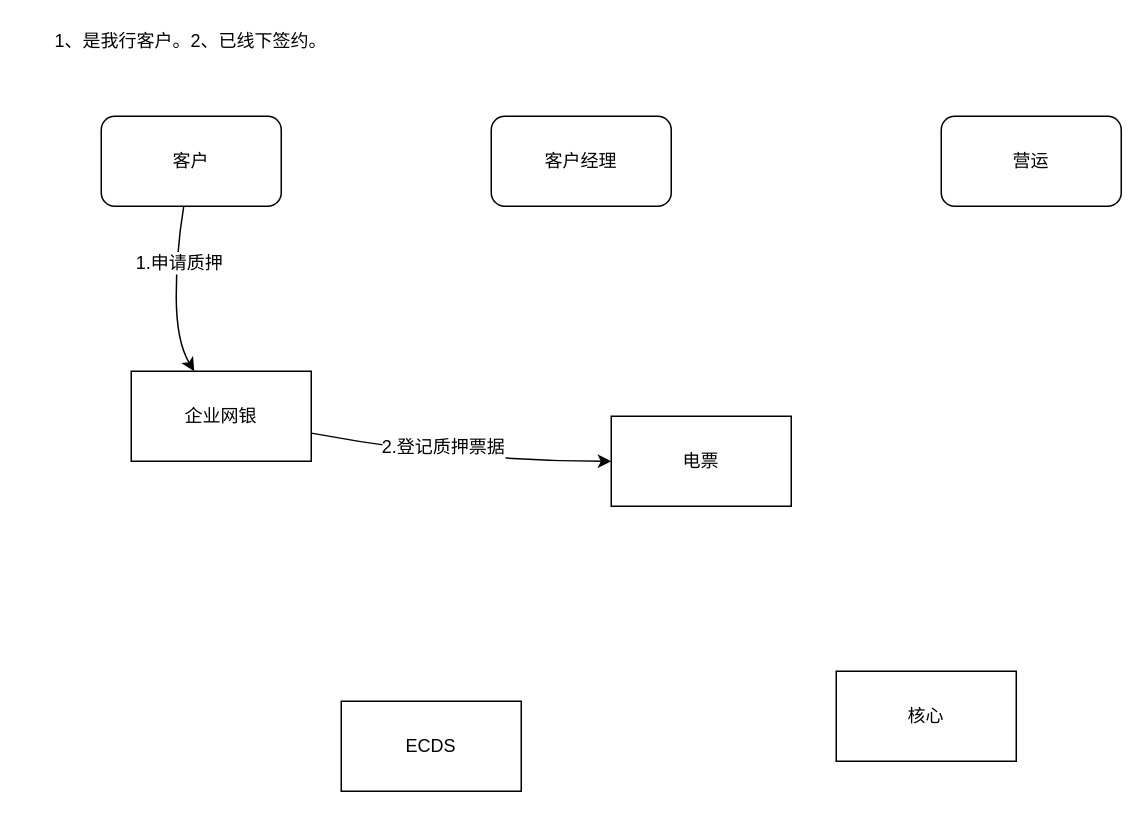
The draw.io diagram page "本行客户质押托收" (3 of 3) of md/财富管理平台质押托收.drawio in techctu/Weki, before the edit. Source tidied: cells renumbered, new cells numbered last; positions are measured from the earlier drawing's top-left corner, leaving out a move shared by most shapes. Both pictures are drawn from the tidied source at 150%, with x=0, y=0 at pixel (26, 26).
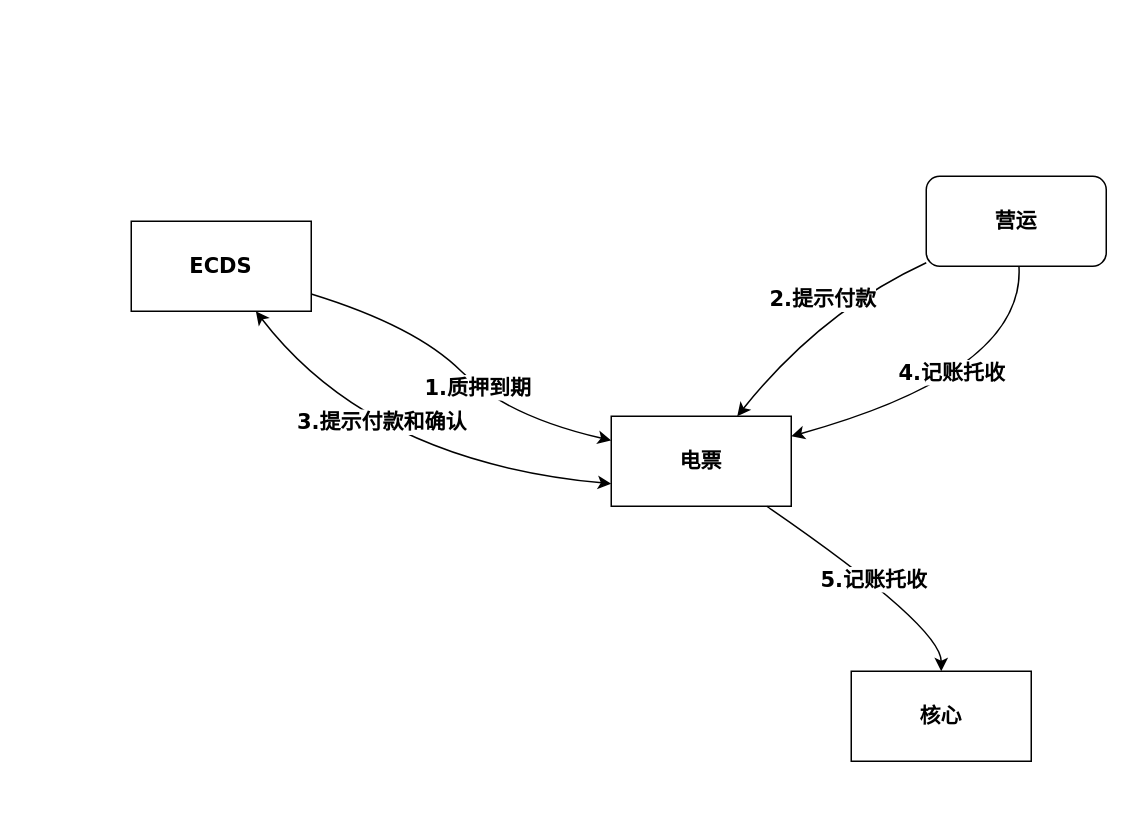
The same page after the edit.

Change to the diagram source:
```diff
@@
-    <mxCell id="2" value="客户" style="rounded=1;whiteSpace=wrap;html=1;" parent="1" vertex="1">
-      <mxGeometry x="50" y="60" width="120" height="60" as="geometry" />
-    </mxCell>
-    <mxCell id="3" value="客户经理" style="rounded=1;whiteSpace=wrap;html=1;" parent="1" vertex="1">
-      <mxGeometry x="310" y="60" width="120" height="60" as="geometry" />
-    </mxCell>
-    <mxCell id="4" value="营运" style="rounded=1;whiteSpace=wrap;html=1;" parent="1" vertex="1">
-      <mxGeometry x="610" y="60" width="120" height="60" as="geometry" />
+    <mxCell id="4" value="营运" style="rounded=1;whiteSpace=wrap;html=1;fontFamily=Verdana;fontStyle=1;fontSize=14;" parent="1" vertex="1">
+      <mxGeometry x="600" y="100" width="120" height="60" as="geometry" />
     </mxCell>
-    <mxCell id="5" value="企业网银" style="rounded=0;whiteSpace=wrap;html=1;" parent="1" vertex="1">
-      <mxGeometry x="70" y="230" width="120" height="60" as="geometry" />
-    </mxCell>
-    <mxCell id="6" value="电票" style="rounded=0;whiteSpace=wrap;html=1;" parent="1" vertex="1">
+    <mxCell id="6" value="电票" style="rounded=0;whiteSpace=wrap;html=1;fontFamily=Verdana;fontStyle=1;fontSize=14;" parent="1" vertex="1">
       <mxGeometry x="390" y="260" width="120" height="60" as="geometry" />
     </mxCell>
-    <mxCell id="7" value="ECDS" style="rounded=0;whiteSpace=wrap;html=1;" parent="1" vertex="1">
-      <mxGeometry x="210" y="450" width="120" height="60" as="geometry" />
+    <mxCell id="7" value="ECDS" style="rounded=0;whiteSpace=wrap;html=1;fontFamily=Verdana;fontStyle=1;fontSize=14;" parent="1" vertex="1">
+      <mxGeometry x="70" y="130" width="120" height="60" as="geometry" />
     </mxCell>
-    <mxCell id="8" value="核心" style="rounded=0;whiteSpace=wrap;html=1;" parent="1" vertex="1">
-      <mxGeometry x="540" y="430" width="120" height="60" as="geometry" />
+    <mxCell id="8" value="核心" style="rounded=0;whiteSpace=wrap;html=1;fontFamily=Verdana;fontStyle=1;fontSize=14;" parent="1" vertex="1">
+      <mxGeometry x="550" y="430" width="120" height="60" as="geometry" />
     </mxCell>
-    <mxCell id="9" style="curved=1;endArrow=classic;html=1;" parent="1" edge="1" source="2" target="5">
-      <mxGeometry relative="1" as="geometry">
-        <Array as="points">
-          <mxPoint x="100" y="150" />
-          <mxPoint x="100" y="210" />
-        </Array>
-      </mxGeometry>
-    </mxCell>
-    <mxCell id="10" value="1.申请质押&lt;br&gt;" style="text;html=1;align=center;verticalAlign=middle;labelBackgroundColor=#ffffff;" parent="9" vertex="1">
-      <mxGeometry x="-0.34" y="1" relative="1" as="geometry" />
-    </mxCell>
-    <mxCell id="11" value="1、是我行客户。2、已线下签约。&lt;br&gt;" style="text;html=1;strokeColor=none;fillColor=none;align=center;verticalAlign=middle;whiteSpace=wrap;rounded=0;" parent="1" vertex="1">
-      <mxGeometry width="220" height="20" as="geometry" />
-    </mxCell>
-    <mxCell id="12" style="curved=1;endArrow=classic;html=1;" parent="1" edge="1" source="5" target="6">
-      <mxGeometry relative="1" as="geometry">
-        <Array as="points">
-          <mxPoint x="290" y="290" />
-        </Array>
-      </mxGeometry>
-    </mxCell>
-    <mxCell id="13" value="2.登记质押票据&lt;br&gt;" style="text;html=1;align=center;verticalAlign=middle;labelBackgroundColor=#ffffff;" parent="12" vertex="1">
-      <mxGeometry x="0.14" y="5" relative="1" as="geometry">
-        <mxPoint x="-25.5" y="-5" as="offset" />
-      </mxGeometry>
-    </mxCell>
+    <mxCell id="14" style="curved=1;endArrow=classic;html=1;fontFamily=Verdana;fontStyle=1;fontSize=14;" parent="1" edge="1" source="4" target="6">
+      <mxGeometry relative="1" as="geometry">
+        <Array as="points">
+          <mxPoint x="530" y="190" />
+        </Array>
+      </mxGeometry>
+    </mxCell>
+    <mxCell id="15" value="2.提示付款&lt;br style=&quot;font-size: 14px;&quot;&gt;" style="text;html=1;align=center;verticalAlign=middle;labelBackgroundColor=#ffffff;fontFamily=Verdana;fontStyle=1;fontSize=14;" parent="14" vertex="1">
+      <mxGeometry x="-0.12" y="-8" relative="1" as="geometry" />
+    </mxCell>
+    <mxCell id="16" value="5.记账托收" style="curved=1;endArrow=classic;html=1;fontFamily=Verdana;fontStyle=1;fontSize=14;" parent="1" edge="1" source="6" target="8">
+      <mxGeometry relative="1" as="geometry">
+        <Array as="points">
+          <mxPoint x="610" y="400" />
+        </Array>
+      </mxGeometry>
+    </mxCell>
+    <mxCell id="17" style="curved=1;endArrow=classic;html=1;fontFamily=Verdana;fontSize=14;fontStyle=1;" parent="1" edge="1" source="7" target="6">
+      <mxGeometry relative="1" as="geometry">
+        <Array as="points">
+          <mxPoint x="260" y="200" />
+          <mxPoint x="320" y="260" />
+        </Array>
+      </mxGeometry>
+    </mxCell>
+    <mxCell id="18" value="1.质押到期&lt;br style=&quot;font-size: 14px;&quot;&gt;" style="text;html=1;align=center;verticalAlign=middle;labelBackgroundColor=#ffffff;fontSize=14;fontFamily=Verdana;fontStyle=1;" parent="17" vertex="1">
+      <mxGeometry x="0.14" y="1" relative="1" as="geometry">
+        <mxPoint x="-1" as="offset" />
+      </mxGeometry>
+    </mxCell>
+    <mxCell id="19" style="curved=1;endArrow=classic;html=1;fontFamily=Verdana;fontSize=14;fontStyle=1;" parent="1" edge="1" source="4" target="6">
+      <mxGeometry relative="1" as="geometry">
+        <Array as="points">
+          <mxPoint x="666" y="230" />
+        </Array>
+      </mxGeometry>
+    </mxCell>
+    <mxCell id="20" value="4.记账托收&lt;br style=&quot;font-size: 14px;&quot;&gt;" style="text;html=1;align=center;verticalAlign=middle;labelBackgroundColor=#ffffff;fontSize=14;fontFamily=Verdana;fontStyle=1;" parent="19" vertex="1">
+      <mxGeometry x="0.02" y="-13" relative="1" as="geometry" />
+    </mxCell>
+    <mxCell id="21" style="endArrow=classic;startArrow=classic;html=1;fontFamily=Verdana;fontSize=14;entryX=0;entryY=0.75;entryDx=0;entryDy=0;curved=1;fontStyle=1;" parent="1" edge="1" source="7" target="6">
+      <mxGeometry relative="1" as="geometry">
+        <Array as="points">
+          <mxPoint x="230" y="290" />
+        </Array>
+      </mxGeometry>
+    </mxCell>
+    <mxCell id="22" value="3.提示付款和确认" style="text;html=1;align=center;verticalAlign=middle;labelBackgroundColor=#ffffff;fontSize=14;fontFamily=Verdana;fontStyle=1;" parent="21" vertex="1">
+      <mxGeometry x="-0.24" y="21" relative="1" as="geometry" />
+    </mxCell>
```
